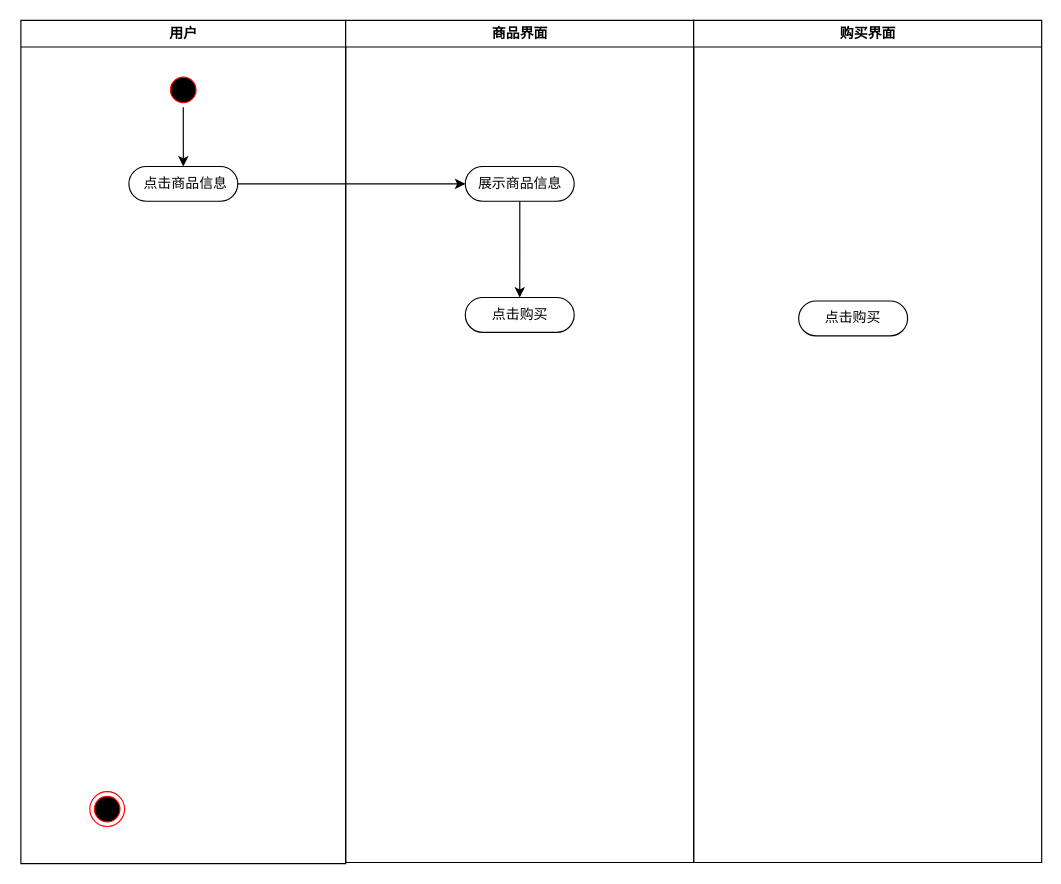
The draw.io diagram 商品购买活动图.drawio in 200928/image, before the edit. Source tidied: cells renumbered, new cells numbered last; positions are measured from the earlier drawing's top-left corner, leaving out a move shared by most shapes. Both pictures are drawn from the tidied source at 116%, with x=0, y=0 at pixel (20, 20).
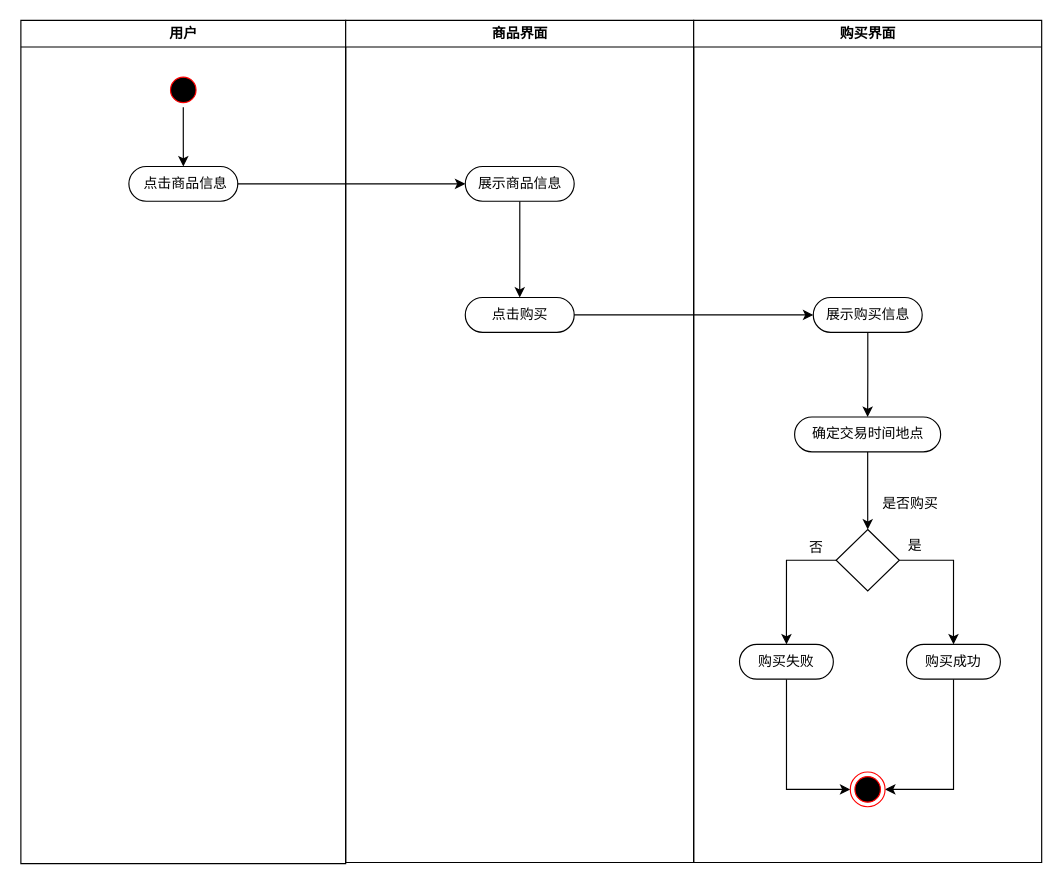
Above is the later version.

Commit message (it also covers changes not shown here):
更新商品购买活动图.drawio

Unchanged cells that the change refers to:
```xml
<mxCell id="2" value="用户" style="swimlane;whiteSpace=wrap;" parent="1" vertex="1">
  <mxGeometry x="0.5" width="280" height="727" as="geometry" />
</mxCell>
<mxCell id="10" value="点击购买" style="rounded=1;whiteSpace=wrap;html=1;arcSize=50;" parent="7" vertex="1">
  <mxGeometry x="103.1" y="239" width="93.9" height="30" as="geometry" />
</mxCell>
<mxCell id="11" value="购买界面" style="swimlane;whiteSpace=wrap;" parent="1" vertex="1">
  <mxGeometry x="580.5" width="300" height="726" as="geometry" />
</mxCell>
```

What changed in the source:
```diff
@@
-    <mxCell id="5" style="ellipse;html=1;shape=endState;fillColor=#000000;strokeColor=#ff0000;" parent="2" vertex="1">
-      <mxGeometry x="59.4" y="665" width="30" height="30" as="geometry" />
-    </mxCell>
@@
+    <mxCell id="14" style="edgeStyle=orthogonalEdgeStyle;rounded=0;jettySize=auto;html=1;entryX=0.5;entryY=0;entryDx=0;entryDy=0;" parent="11" edge="1" source="12" target="16">
+      <mxGeometry relative="1" as="geometry" />
+    </mxCell>
-    <mxCell id="12" value="点击购买" style="rounded=1;whiteSpace=wrap;html=1;arcSize=50;" parent="11" vertex="1">
-      <mxGeometry x="90.5" y="242" width="93.9" height="30" as="geometry" />
+    <mxCell id="12" value="展示购买信息" style="rounded=1;whiteSpace=wrap;html=1;arcSize=50;" parent="11" vertex="1">
+      <mxGeometry x="103.1" y="239" width="93.9" height="30" as="geometry" />
     </mxCell>
+    <mxCell id="15" style="edgeStyle=orthogonalEdgeStyle;rounded=0;jettySize=auto;html=1;entryX=0.5;entryY=0;entryDx=0;entryDy=0;" parent="11" edge="1" source="16" target="19">
+      <mxGeometry relative="1" as="geometry" />
+    </mxCell>
+    <mxCell id="16" value="确定交易时间地点" style="rounded=1;whiteSpace=wrap;html=1;arcSize=50;" parent="11" vertex="1">
+      <mxGeometry x="87" y="342" width="125.9" height="30" as="geometry" />
+    </mxCell>
+    <mxCell id="17" style="edgeStyle=orthogonalEdgeStyle;rounded=0;jettySize=auto;html=1;entryX=0.5;entryY=0;entryDx=0;entryDy=0;" parent="11" edge="1" source="19" target="22">
+      <mxGeometry relative="1" as="geometry" />
+    </mxCell>
+    <mxCell id="18" style="edgeStyle=orthogonalEdgeStyle;rounded=0;jettySize=auto;html=1;entryX=0.5;entryY=0;entryDx=0;entryDy=0;" parent="11" edge="1" source="19" target="24">
+      <mxGeometry relative="1" as="geometry" />
+    </mxCell>
+    <mxCell id="19" style="rhombus;whiteSpace=wrap;html=1;" parent="11" vertex="1">
+      <mxGeometry x="122.8" y="439" width="54.5" height="53" as="geometry" />
+    </mxCell>
+    <mxCell id="20" value="是否购买" style="text;html=1;align=center;verticalAlign=middle;strokeColor=none;fillColor=none;" parent="11" vertex="1">
+      <mxGeometry x="157.5" y="408" width="58" height="18" as="geometry" />
+    </mxCell>
+    <mxCell id="21" style="edgeStyle=orthogonalEdgeStyle;rounded=0;jettySize=auto;html=1;entryX=0;entryY=0.5;entryDx=0;entryDy=0;" parent="11" edge="1" source="22" target="5">
+      <mxGeometry relative="1" as="geometry">
+        <Array as="points">
+          <mxPoint x="80" y="663" />
+        </Array>
+      </mxGeometry>
+    </mxCell>
+    <mxCell id="22" value="购买失败" style="rounded=1;whiteSpace=wrap;html=1;arcSize=50;" parent="11" vertex="1">
+      <mxGeometry x="39.5" y="538" width="80.9" height="30" as="geometry" />
+    </mxCell>
+    <mxCell id="23" style="rounded=0;jettySize=auto;html=1;entryX=1;entryY=0.5;entryDx=0;entryDy=0;edgeStyle=orthogonalEdgeStyle;" parent="11" edge="1" source="24" target="5">
+      <mxGeometry relative="1" as="geometry">
+        <Array as="points">
+          <mxPoint x="224" y="663" />
+        </Array>
+      </mxGeometry>
+    </mxCell>
+    <mxCell id="24" value="购买成功" style="rounded=1;whiteSpace=wrap;html=1;arcSize=50;" parent="11" vertex="1">
+      <mxGeometry x="183.5" y="538" width="80.9" height="30" as="geometry" />
+    </mxCell>
+    <mxCell id="25" value="是" style="text;html=1;align=center;verticalAlign=middle;strokeColor=none;fillColor=none;" parent="11" vertex="1">
+      <mxGeometry x="179.5" y="444" width="22" height="18" as="geometry" />
+    </mxCell>
+    <mxCell id="26" value="否" style="text;html=1;align=center;verticalAlign=middle;strokeColor=none;fillColor=none;" parent="11" vertex="1">
+      <mxGeometry x="94.5" y="446" width="22" height="18" as="geometry" />
+    </mxCell>
+    <mxCell id="5" style="ellipse;html=1;shape=endState;fillColor=#000000;strokeColor=#ff0000;" parent="11" vertex="1">
+      <mxGeometry x="135" y="648" width="30" height="30" as="geometry" />
+    </mxCell>
@@
+    <mxCell id="27" style="edgeStyle=orthogonalEdgeStyle;rounded=0;jettySize=auto;html=1;entryX=0;entryY=0.5;entryDx=0;entryDy=0;" parent="1" edge="1" source="10" target="12">
+      <mxGeometry relative="1" as="geometry" />
+    </mxCell>
```
